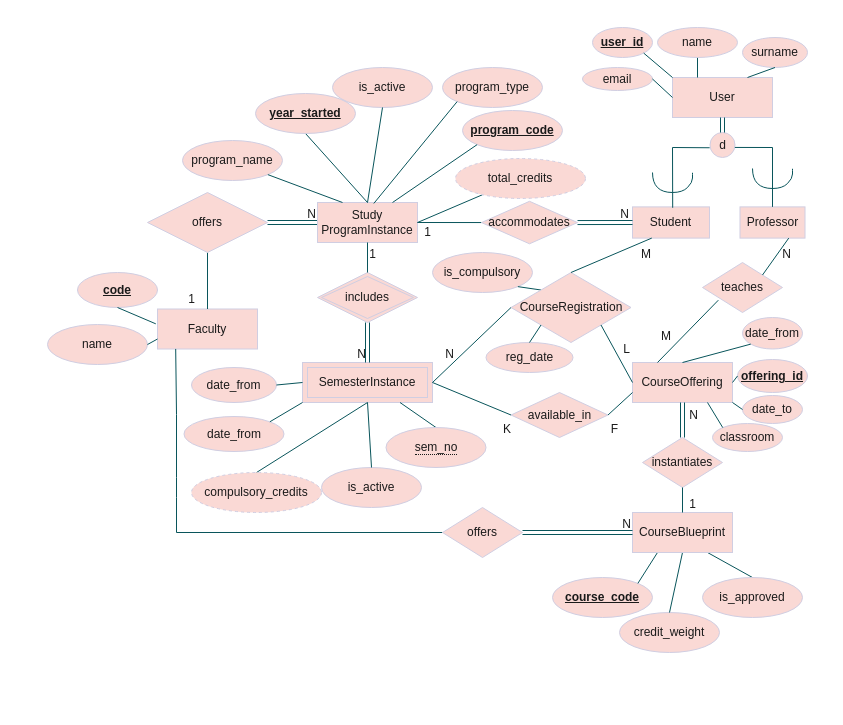
Before: DBschema.drawio in dmitru4ok/course-management, a draw.io diagram. Source tidied: cells renumbered, new cells numbered last; positions are measured from the earlier drawing's top-left corner, leaving out a move shared by most shapes. Both pictures are drawn from the tidied source at 100%, with x=0, y=0 at pixel (47, 27).
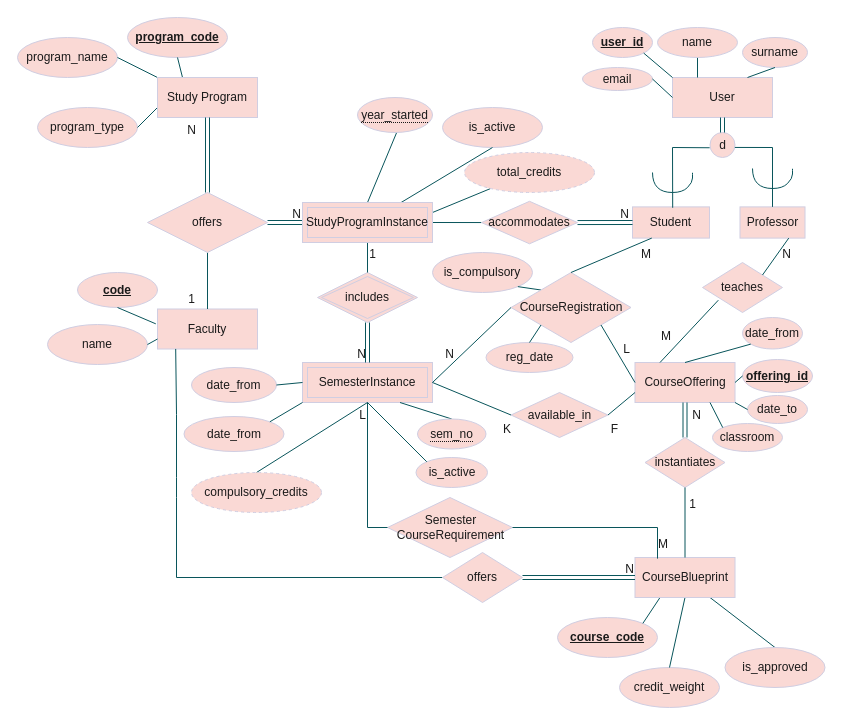
After the change.

Unchanged cells that the change refers to:
```xml
<mxCell id="2" value="Faculty" style="whiteSpace=wrap;html=1;align=center;labelBackgroundColor=none;fillColor=#FAD9D5;strokeColor=#D0CEE2;fontColor=#1A1A1A;" parent="1" vertex="1">
  <mxGeometry x="110" y="281.5" width="100" height="40" as="geometry" />
</mxCell>
<mxCell id="10" value="offers" style="shape=rhombus;perimeter=rhombusPerimeter;whiteSpace=wrap;html=1;align=center;labelBackgroundColor=none;fillColor=#FAD9D5;strokeColor=#D0CEE2;fontColor=#1A1A1A;" parent="1" vertex="1">
  <mxGeometry x="100" y="165" width="120" height="60" as="geometry" />
</mxCell>
<mxCell id="11" value="SemesterInstance" style="shape=ext;margin=3;double=1;whiteSpace=wrap;html=1;align=center;labelBackgroundColor=none;fillColor=#FAD9D5;strokeColor=#D0CEE2;fontColor=#1A1A1A;" parent="1" vertex="1">
  <mxGeometry x="255" y="335" width="130" height="40" as="geometry" />
</mxCell>
<mxCell id="12" value="includes" style="shape=rhombus;double=1;perimeter=rhombusPerimeter;whiteSpace=wrap;html=1;align=center;labelBackgroundColor=none;fillColor=#FAD9D5;strokeColor=#D0CEE2;fontColor=#1A1A1A;" parent="1" vertex="1">
  <mxGeometry x="270" y="245" width="100" height="50" as="geometry" />
</mxCell>
<mxCell id="41" value="accommodates" style="shape=rhombus;perimeter=rhombusPerimeter;whiteSpace=wrap;html=1;align=center;labelBackgroundColor=none;fillColor=#FAD9D5;strokeColor=#D0CEE2;fontColor=#1A1A1A;" parent="1" vertex="1">
  <mxGeometry x="434" y="173.8" width="96" height="42.5" as="geometry" />
</mxCell>
```

Diff of the diagram source:
```diff
@@
-    <mxCell id="5" style="shape=link;html=1;rounded=0;exitX=1;exitY=0.5;exitDx=0;exitDy=0;entryX=0;entryY=0.5;entryDx=0;entryDy=0;labelBackgroundColor=none;fontColor=default;strokeColor=#09555B;" parent="1" edge="1" source="10" target="9">
+    <mxCell id="5" style="shape=link;html=1;rounded=0;exitX=1;exitY=0.5;exitDx=0;exitDy=0;entryX=0;entryY=0.5;entryDx=0;entryDy=0;labelBackgroundColor=none;fontColor=default;strokeColor=#09555B;" parent="1" edge="1" source="10" target="112">
       <mxGeometry relative="1" as="geometry" />
     </mxCell>
@@
-    <mxCell id="9" value="Study ProgramInstance" style="whiteSpace=wrap;html=1;align=center;labelBackgroundColor=none;fillColor=#FAD9D5;strokeColor=#D0CEE2;fontColor=#1A1A1A;" parent="1" vertex="1">
-      <mxGeometry x="270" y="175" width="100" height="40" as="geometry" />
-    </mxCell>
@@
-    <mxCell id="13" style="endArrow=none;html=1;rounded=0;exitX=0.5;exitY=1;exitDx=0;exitDy=0;entryX=0.5;entryY=0;entryDx=0;entryDy=0;labelBackgroundColor=none;fontColor=default;strokeColor=#09555B;" parent="1" edge="1" source="9" target="12">
+    <mxCell id="13" style="endArrow=none;html=1;rounded=0;exitX=0.5;exitY=1;exitDx=0;exitDy=0;entryX=0.5;entryY=0;entryDx=0;entryDy=0;labelBackgroundColor=none;fontColor=default;strokeColor=#09555B;" parent="1" edge="1" source="112" target="12">
       <mxGeometry relative="1" as="geometry" />
     </mxCell>
@@
     <mxCell id="17" value="CourseOffering" style="whiteSpace=wrap;html=1;align=center;labelBackgroundColor=none;fillColor=#FAD9D5;strokeColor=#D0CEE2;fontColor=#1A1A1A;" parent="1" vertex="1">
-      <mxGeometry x="585" y="335" width="100" height="40" as="geometry" />
+      <mxGeometry x="587.5" y="335" width="100" height="40" as="geometry" />
     </mxCell>
     <mxCell id="18" value="&lt;b&gt;course_code&lt;/b&gt;" style="ellipse;whiteSpace=wrap;html=1;align=center;fontStyle=4;labelBackgroundColor=none;fillColor=#FAD9D5;strokeColor=#D0CEE2;fontColor=#1A1A1A;" parent="1" vertex="1">
-      <mxGeometry x="505" y="550" width="100" height="40" as="geometry" />
+      <mxGeometry x="510" y="590" width="100" height="40" as="geometry" />
     </mxCell>
@@
     <mxCell id="21" value="&lt;span style=&quot;border-bottom-width: 1px; border-bottom-style: dotted; border-bottom-color: currentcolor;&quot;&gt;sem_no&lt;/span&gt;" style="ellipse;whiteSpace=wrap;html=1;align=center;labelBackgroundColor=none;fillColor=#FAD9D5;strokeColor=#D0CEE2;fontColor=#1A1A1A;" parent="1" vertex="1">
-      <mxGeometry x="338.5" y="400" width="100" height="40" as="geometry" />
+      <mxGeometry x="370" y="391.5" width="68.5" height="30" as="geometry" />
     </mxCell>
@@
     <mxCell id="23" value="&lt;b&gt;program_code&lt;/b&gt;" style="ellipse;whiteSpace=wrap;html=1;align=center;fontStyle=4;labelBackgroundColor=none;fillColor=#FAD9D5;strokeColor=#D0CEE2;fontColor=#1A1A1A;" parent="1" vertex="1">
-      <mxGeometry x="415" y="83" width="100" height="40" as="geometry" />
+      <mxGeometry x="80" y="-10" width="100" height="40" as="geometry" />
     </mxCell>
-    <mxCell id="24" style="endArrow=none;html=1;rounded=0;exitX=0.75;exitY=0;exitDx=0;exitDy=0;entryX=0;entryY=1;entryDx=0;entryDy=0;labelBackgroundColor=none;fontColor=default;strokeColor=#09555B;" parent="1" edge="1" source="9" target="23">
+    <mxCell id="24" style="endArrow=none;html=1;rounded=0;exitX=0.25;exitY=0;exitDx=0;exitDy=0;entryX=0.5;entryY=1;entryDx=0;entryDy=0;labelBackgroundColor=none;fontColor=default;strokeColor=#09555B;" parent="1" edge="1" source="109" target="23">
       <mxGeometry relative="1" as="geometry" />
     </mxCell>
@@
     <mxCell id="26" value="credit_weight" style="ellipse;whiteSpace=wrap;html=1;align=center;labelBackgroundColor=none;fillColor=#FAD9D5;strokeColor=#D0CEE2;fontColor=#1A1A1A;" parent="1" vertex="1">
-      <mxGeometry x="572" y="585" width="100" height="40" as="geometry" />
+      <mxGeometry x="572" y="640" width="100" height="40" as="geometry" />
     </mxCell>
     <mxCell id="27" value="program_name" style="ellipse;whiteSpace=wrap;html=1;align=center;labelBackgroundColor=none;fillColor=#FAD9D5;strokeColor=#D0CEE2;fontColor=#1A1A1A;" parent="1" vertex="1">
-      <mxGeometry x="135" y="113" width="100" height="40" as="geometry" />
+      <mxGeometry x="-30" y="10" width="100" height="40" as="geometry" />
     </mxCell>
-    <mxCell id="28" style="endArrow=none;html=1;rounded=0;exitX=0.25;exitY=0;exitDx=0;exitDy=0;entryX=1;entryY=1;entryDx=0;entryDy=0;labelBackgroundColor=none;fontColor=default;strokeColor=#09555B;" parent="1" edge="1" source="9" target="27">
-      <mxGeometry relative="1" as="geometry" />
+    <mxCell id="28" style="endArrow=none;html=1;rounded=0;entryX=1;entryY=0.5;entryDx=0;entryDy=0;labelBackgroundColor=none;fontColor=default;strokeColor=#09555B;" parent="1" edge="1" target="27">
+      <mxGeometry relative="1" as="geometry">
+        <mxPoint x="110" y="50" as="sourcePoint" />
+      </mxGeometry>
     </mxCell>
-    <mxCell id="29" style="endArrow=none;html=1;rounded=0;entryX=1;entryY=0.5;entryDx=0;entryDy=0;labelBackgroundColor=none;fontColor=default;strokeColor=#09555B;" parent="1" edge="1" source="30" target="9">
+    <mxCell id="29" style="endArrow=none;html=1;rounded=0;entryX=1;entryY=0.25;entryDx=0;entryDy=0;labelBackgroundColor=none;fontColor=default;strokeColor=#09555B;" parent="1" edge="1" source="30" target="112">
       <mxGeometry relative="1" as="geometry" />
     </mxCell>
     <mxCell id="30" value="total_credits" style="ellipse;whiteSpace=wrap;html=1;align=center;dashed=1;labelBackgroundColor=none;fillColor=#FAD9D5;strokeColor=#D0CEE2;fontColor=#1A1A1A;" parent="1" vertex="1">
-      <mxGeometry x="408" y="131" width="130" height="40" as="geometry" />
+      <mxGeometry x="417" y="125" width="130" height="40" as="geometry" />
     </mxCell>
@@
-    <mxCell id="33" style="endArrow=none;html=1;rounded=0;entryX=0.5;entryY=0;entryDx=0;entryDy=0;exitX=0.5;exitY=1;exitDx=0;exitDy=0;labelBackgroundColor=none;fontColor=default;strokeColor=#09555B;" parent="1" edge="1" source="36" target="9">
-      <mxGeometry relative="1" as="geometry" />
+    <mxCell id="33" style="endArrow=none;html=1;rounded=0;entryX=0.5;entryY=0;entryDx=0;entryDy=0;exitX=0.5;exitY=1;exitDx=0;exitDy=0;labelBackgroundColor=none;fontColor=default;strokeColor=#09555B;" parent="1" edge="1" target="112">
+      <mxGeometry relative="1" as="geometry">
+        <mxPoint x="350" y="103" as="sourcePoint" />
+      </mxGeometry>
     </mxCell>
-    <mxCell id="34" style="endArrow=none;html=1;rounded=0;exitX=1;exitY=0.5;exitDx=0;exitDy=0;entryX=0;entryY=0.5;entryDx=0;entryDy=0;labelBackgroundColor=none;fontColor=default;strokeColor=#09555B;" parent="1" edge="1" source="9" target="41">
+    <mxCell id="34" style="endArrow=none;html=1;rounded=0;exitX=1;exitY=0.5;exitDx=0;exitDy=0;entryX=0;entryY=0.5;entryDx=0;entryDy=0;labelBackgroundColor=none;fontColor=default;strokeColor=#09555B;" parent="1" edge="1" source="112" target="41">
       <mxGeometry relative="1" as="geometry" />
     </mxCell>
@@
-    <mxCell id="36" value="&lt;b&gt;year_started&lt;/b&gt;" style="ellipse;whiteSpace=wrap;html=1;align=center;fontStyle=4;labelBackgroundColor=none;fillColor=#FAD9D5;strokeColor=#D0CEE2;fontColor=#1A1A1A;" parent="1" vertex="1">
-      <mxGeometry x="208" y="66" width="100" height="40" as="geometry" />
-    </mxCell>
     <mxCell id="37" value="is_active" style="ellipse;whiteSpace=wrap;html=1;align=center;labelBackgroundColor=none;fillColor=#FAD9D5;strokeColor=#D0CEE2;fontColor=#1A1A1A;" parent="1" vertex="1">
-      <mxGeometry x="274" y="440" width="100" height="40" as="geometry" />
+      <mxGeometry x="368.5" y="430" width="71.5" height="30" as="geometry" />
     </mxCell>
-    <mxCell id="38" style="endArrow=none;html=1;rounded=0;exitX=0.5;exitY=1;exitDx=0;exitDy=0;entryX=0.5;entryY=0;entryDx=0;entryDy=0;labelBackgroundColor=none;fontColor=default;strokeColor=#09555B;" parent="1" edge="1" source="11" target="37">
+    <mxCell id="38" style="endArrow=none;html=1;rounded=0;exitX=0.5;exitY=1;exitDx=0;exitDy=0;entryX=0;entryY=0;entryDx=0;entryDy=0;labelBackgroundColor=none;fontColor=default;strokeColor=#09555B;" parent="1" edge="1" source="11" target="37">
       <mxGeometry relative="1" as="geometry" />
     </mxCell>
@@
     <mxCell id="44" value="is_active" style="ellipse;whiteSpace=wrap;html=1;align=center;labelBackgroundColor=none;fillColor=#FAD9D5;strokeColor=#D0CEE2;fontColor=#1A1A1A;" parent="1" vertex="1">
-      <mxGeometry x="285" y="40" width="100" height="40" as="geometry" />
+      <mxGeometry x="395" y="80" width="100" height="40" as="geometry" />
     </mxCell>
-    <mxCell id="45" style="endArrow=none;html=1;rounded=0;exitX=0.5;exitY=1;exitDx=0;exitDy=0;entryX=0.5;entryY=0;entryDx=0;entryDy=0;labelBackgroundColor=none;fontColor=default;strokeColor=#09555B;" parent="1" edge="1" source="44" target="9">
+    <mxCell id="45" style="endArrow=none;html=1;rounded=0;exitX=0.5;exitY=1;exitDx=0;exitDy=0;entryX=0.716;entryY=0.083;entryDx=0;entryDy=0;labelBackgroundColor=none;fontColor=default;strokeColor=#09555B;entryPerimeter=0;" parent="1" edge="1" source="44" target="112">
       <mxGeometry relative="1" as="geometry" />
     </mxCell>
@@
     <mxCell id="49" value="is_approved" style="ellipse;whiteSpace=wrap;html=1;align=center;labelBackgroundColor=none;fillColor=#FAD9D5;strokeColor=#D0CEE2;fontColor=#1A1A1A;" parent="1" vertex="1">
-      <mxGeometry x="655" y="550" width="100" height="40" as="geometry" />
+      <mxGeometry x="677.5" y="620" width="100" height="40" as="geometry" />
     </mxCell>
@@
     <mxCell id="56" style="endArrow=none;html=1;rounded=0;entryX=0;entryY=0.5;entryDx=0;entryDy=0;labelBackgroundColor=none;fontColor=default;strokeColor=#09555B;exitX=0.182;exitY=0.999;exitDx=0;exitDy=0;exitPerimeter=0;" parent="1" edge="1" source="2" target="58">
       <mxGeometry relative="1" as="geometry">
         <Array as="points">
           <mxPoint x="129" y="387" />
           <mxPoint x="129" y="450" />
           <mxPoint x="129" y="470" />
-          <mxPoint x="129" y="505" />
+          <mxPoint x="129" y="550" />
         </Array>
       </mxGeometry>
     </mxCell>
     <mxCell id="57" value="CourseBlueprint" style="whiteSpace=wrap;html=1;align=center;labelBackgroundColor=none;fillColor=#FAD9D5;strokeColor=#D0CEE2;fontColor=#1A1A1A;" parent="1" vertex="1">
-      <mxGeometry x="585" y="485" width="100" height="40" as="geometry" />
+      <mxGeometry x="587.5" y="530" width="100" height="40" as="geometry" />
     </mxCell>
     <mxCell id="58" value="offers" style="shape=rhombus;perimeter=rhombusPerimeter;whiteSpace=wrap;html=1;align=center;labelBackgroundColor=none;fillColor=#FAD9D5;strokeColor=#D0CEE2;fontColor=#1A1A1A;" parent="1" vertex="1">
-      <mxGeometry x="395" y="480" width="80" height="50" as="geometry" />
+      <mxGeometry x="395" y="525" width="80" height="50" as="geometry" />
     </mxCell>
@@
     <mxCell id="61" value="instantiates" style="shape=rhombus;perimeter=rhombusPerimeter;whiteSpace=wrap;html=1;align=center;labelBackgroundColor=none;fillColor=#FAD9D5;strokeColor=#D0CEE2;fontColor=#1A1A1A;" parent="1" vertex="1">
-      <mxGeometry x="595" y="410" width="80" height="50" as="geometry" />
+      <mxGeometry x="597.5" y="410" width="80" height="50" as="geometry" />
     </mxCell>
@@
     <mxCell id="72" value="date_to" style="ellipse;whiteSpace=wrap;html=1;align=center;labelBackgroundColor=none;fillColor=#FAD9D5;strokeColor=#D0CEE2;fontColor=#1A1A1A;" parent="1" vertex="1">
-      <mxGeometry x="695" y="368" width="60" height="28" as="geometry" />
+      <mxGeometry x="700" y="368" width="60" height="28" as="geometry" />
     </mxCell>
@@
     <mxCell id="77" value="&lt;b&gt;offering_id&lt;/b&gt;" style="ellipse;whiteSpace=wrap;html=1;align=center;fontStyle=4;labelBackgroundColor=none;fillColor=#FAD9D5;strokeColor=#D0CEE2;fontColor=#1A1A1A;" parent="1" vertex="1">
-      <mxGeometry x="690" y="332" width="70" height="33" as="geometry" />
+      <mxGeometry x="695" y="332" width="70" height="33" as="geometry" />
     </mxCell>
@@
     <mxCell id="92" value="program_type" style="ellipse;whiteSpace=wrap;html=1;align=center;labelBackgroundColor=none;fillColor=#FAD9D5;strokeColor=#D0CEE2;fontColor=#1A1A1A;" parent="1" vertex="1">
-      <mxGeometry x="395" y="40" width="100" height="40" as="geometry" />
+      <mxGeometry x="-10" y="80" width="100" height="40" as="geometry" />
     </mxCell>
-    <mxCell id="93" style="endArrow=none;html=1;rounded=0;exitX=0;exitY=1;exitDx=0;exitDy=0;entryX=0.563;entryY=0.024;entryDx=0;entryDy=0;entryPerimeter=0;labelBackgroundColor=none;fontColor=default;strokeColor=#09555B;" parent="1" edge="1" source="92" target="9">
+    <mxCell id="93" style="endArrow=none;html=1;rounded=0;exitX=1;exitY=0.5;exitDx=0;exitDy=0;entryX=0;entryY=0.75;entryDx=0;entryDy=0;labelBackgroundColor=none;fontColor=default;strokeColor=#09555B;" parent="1" edge="1" source="92" target="109">
       <mxGeometry relative="1" as="geometry" />
     </mxCell>
@@
+    <mxCell id="109" value="Study Program" style="whiteSpace=wrap;html=1;align=center;labelBackgroundColor=none;fillColor=#FAD9D5;strokeColor=#D0CEE2;fontColor=#1A1A1A;" parent="1" vertex="1">
+      <mxGeometry x="110" y="50" width="100" height="40" as="geometry" />
+    </mxCell>
+    <mxCell id="110" style="shape=link;html=1;rounded=0;exitX=0.5;exitY=0;exitDx=0;exitDy=0;entryX=0.5;entryY=1;entryDx=0;entryDy=0;labelBackgroundColor=none;fontColor=default;strokeColor=#09555B;" parent="1" edge="1" source="10" target="109">
+      <mxGeometry relative="1" as="geometry" />
+    </mxCell>
+    <mxCell id="111" value="N" style="html=1;whiteSpace=wrap;align=right;verticalAlign=bottom;labelBackgroundColor=none;fillColor=#FAD9D5;strokeColor=#D0CEE2;fontColor=#1A1A1A;" parent="110" vertex="1">
+      <mxGeometry x="1" relative="1" as="geometry">
+        <mxPoint x="-10" y="21" as="offset" />
+      </mxGeometry>
+    </mxCell>
+    <mxCell id="112" value="StudyProgramInstance" style="shape=ext;margin=3;double=1;whiteSpace=wrap;html=1;align=center;labelBackgroundColor=none;fillColor=#FAD9D5;strokeColor=#D0CEE2;fontColor=#1A1A1A;" parent="1" vertex="1">
+      <mxGeometry x="255" y="175" width="130" height="40" as="geometry" />
+    </mxCell>
+    <mxCell id="36" value="&lt;span style=&quot;border-bottom: 1px dotted currentcolor;&quot;&gt;year_started&lt;/span&gt;" style="ellipse;whiteSpace=wrap;html=1;align=center;labelBackgroundColor=none;fillColor=#FAD9D5;strokeColor=#D0CEE2;fontColor=#1A1A1A;" parent="1" vertex="1">
+      <mxGeometry x="310" y="70" width="75" height="35" as="geometry" />
+    </mxCell>
+    <mxCell id="113" value="Semester&lt;br&gt;CourseRequirement" style="shape=rhombus;perimeter=rhombusPerimeter;html=1;align=center;labelBackgroundColor=none;fillColor=#FAD9D5;strokeColor=#D0CEE2;fontColor=#1A1A1A;fontSize=12;verticalAlign=middle;labelBorderColor=none;textShadow=0;" parent="1" vertex="1">
+      <mxGeometry x="340" y="470" width="125" height="60" as="geometry" />
+    </mxCell>
+    <mxCell id="114" style="endArrow=none;html=1;rounded=0;exitX=0.5;exitY=1;exitDx=0;exitDy=0;labelBackgroundColor=none;fontColor=default;strokeColor=#09555B;entryX=0;entryY=0.5;entryDx=0;entryDy=0;" parent="1" edge="1" source="11" target="113">
+      <mxGeometry relative="1" as="geometry">
+        <Array as="points">
+          <mxPoint x="320" y="500" />
+        </Array>
+      </mxGeometry>
+    </mxCell>
+    <mxCell id="115" style="endArrow=none;html=1;rounded=0;labelBackgroundColor=none;fontColor=default;strokeColor=#09555B;entryX=1;entryY=0.5;entryDx=0;entryDy=0;exitX=0.225;exitY=0.028;exitDx=0;exitDy=0;exitPerimeter=0;" parent="1" edge="1" source="57" target="113">
+      <mxGeometry relative="1" as="geometry">
+        <Array as="points">
+          <mxPoint x="610" y="500" />
+        </Array>
+      </mxGeometry>
+    </mxCell>
+    <mxCell id="116" value="M" style="html=1;whiteSpace=wrap;align=right;verticalAlign=bottom;labelBackgroundColor=none;fillColor=#FAD9D5;strokeColor=#D0CEE2;fontColor=#1A1A1A;" parent="1" vertex="1">
+      <mxGeometry x="622" y="525" as="geometry" />
+    </mxCell>
+    <mxCell id="117" value="L" style="html=1;whiteSpace=wrap;align=right;verticalAlign=bottom;labelBackgroundColor=none;fillColor=#FAD9D5;strokeColor=#D0CEE2;fontColor=#1A1A1A;" parent="1" vertex="1">
+      <mxGeometry x="320" y="396" as="geometry" />
+    </mxCell>
```
